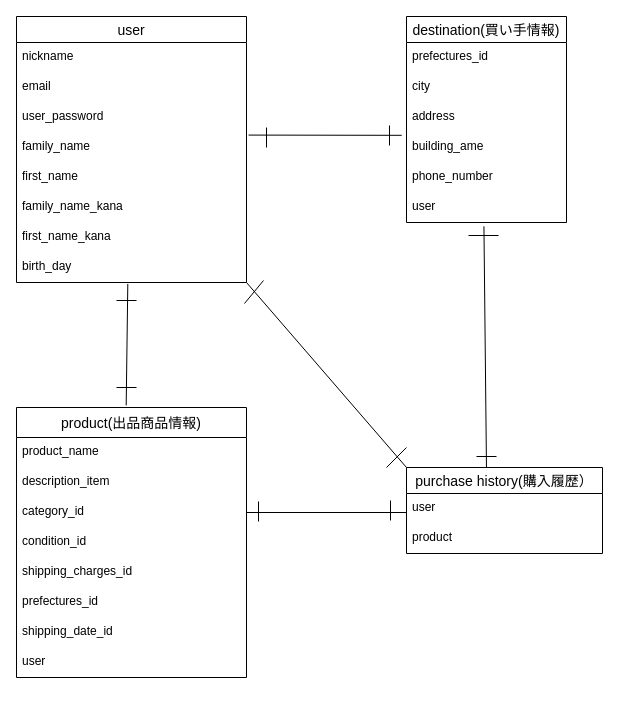
Above: er.dio in takahiro0326/furima-40449 (draw.io), before the change. Source tidied: cells renumbered, new cells numbered last; positions are measured from the earlier drawing's top-left corner, leaving out a move shared by most shapes. Both pictures are drawn from the tidied source at 100%, with x=0, y=0 at pixel (16, 16).
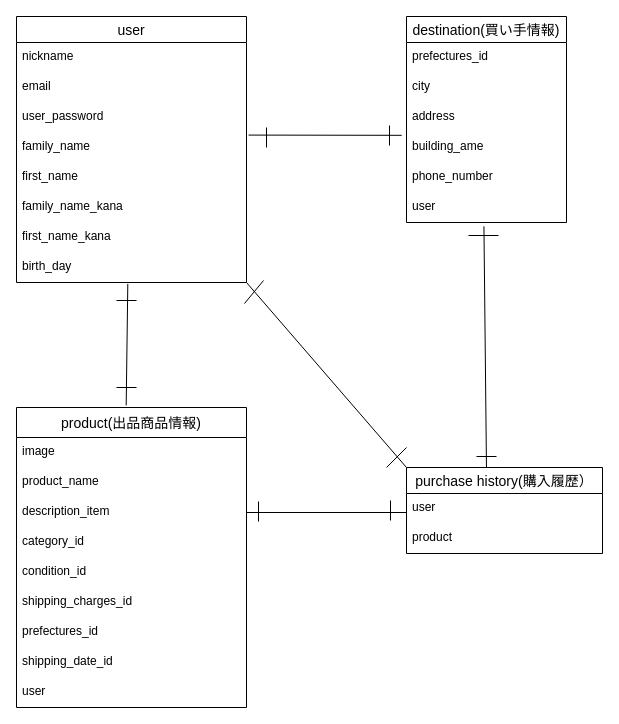
The same page after the edit.

Commit message (it also covers changes not shown here):
データベース設計

Diff of the diagram source:
```diff
@@
     <mxCell id="11" value="product(出品商品情報)" style="swimlane;fontStyle=0;horizontal=1;startSize=30;align=center;fontSize=14;" parent="1" vertex="1">
-      <mxGeometry y="391" width="230" height="270" as="geometry" />
+      <mxGeometry y="391" width="230" height="300" as="geometry" />
     </mxCell>
+    <mxCell id="45" value="image" style="text;strokeColor=none;fillColor=none;spacingLeft=4;spacingRight=4;overflow=hidden;fontSize=12;" parent="11" vertex="1">
+      <mxGeometry y="30" width="230" height="30" as="geometry" />
+    </mxCell>
     <mxCell id="12" value="product_name" style="text;strokeColor=none;fillColor=none;spacingLeft=4;spacingRight=4;overflow=hidden;fontSize=12;" parent="11" vertex="1">
-      <mxGeometry y="30" width="230" height="30" as="geometry" />
+      <mxGeometry y="60" width="230" height="30" as="geometry" />
     </mxCell>
     <mxCell id="13" value="description_item" style="text;strokeColor=none;fillColor=none;spacingLeft=4;spacingRight=4;overflow=hidden;fontSize=12;" parent="11" vertex="1">
-      <mxGeometry y="60" width="230" height="30" as="geometry" />
+      <mxGeometry y="90" width="230" height="30" as="geometry" />
     </mxCell>
     <mxCell id="14" value="category_id" style="text;strokeColor=none;fillColor=none;spacingLeft=4;spacingRight=4;overflow=hidden;fontSize=12;" parent="11" vertex="1">
-      <mxGeometry y="90" width="230" height="30" as="geometry" />
+      <mxGeometry y="120" width="230" height="30" as="geometry" />
     </mxCell>
     <mxCell id="15" value="condition_id" style="text;strokeColor=none;fillColor=none;spacingLeft=4;spacingRight=4;overflow=hidden;fontSize=12;" parent="11" vertex="1">
-      <mxGeometry y="120" width="230" height="30" as="geometry" />
+      <mxGeometry y="150" width="230" height="30" as="geometry" />
     </mxCell>
     <mxCell id="16" value="shipping_charges_id" style="text;strokeColor=none;fillColor=none;spacingLeft=4;spacingRight=4;overflow=hidden;fontSize=12;" parent="11" vertex="1">
-      <mxGeometry y="150" width="230" height="30" as="geometry" />
+      <mxGeometry y="180" width="230" height="30" as="geometry" />
     </mxCell>
     <mxCell id="17" value="prefectures_id" style="text;strokeColor=none;fillColor=none;spacingLeft=4;spacingRight=4;overflow=hidden;fontSize=12;" parent="11" vertex="1">
-      <mxGeometry y="180" width="230" height="30" as="geometry" />
+      <mxGeometry y="210" width="230" height="30" as="geometry" />
     </mxCell>
     <mxCell id="18" value="shipping_date_id" style="text;strokeColor=none;fillColor=none;spacingLeft=4;spacingRight=4;overflow=hidden;fontSize=12;" parent="11" vertex="1">
-      <mxGeometry y="210" width="230" height="30" as="geometry" />
+      <mxGeometry y="240" width="230" height="30" as="geometry" />
     </mxCell>
     <mxCell id="19" value="user" style="text;strokeColor=none;fillColor=none;spacingLeft=4;spacingRight=4;overflow=hidden;fontSize=12;" parent="11" vertex="1">
-      <mxGeometry y="240" width="230" height="30" as="geometry" />
+      <mxGeometry y="270" width="230" height="30" as="geometry" />
     </mxCell>
```
